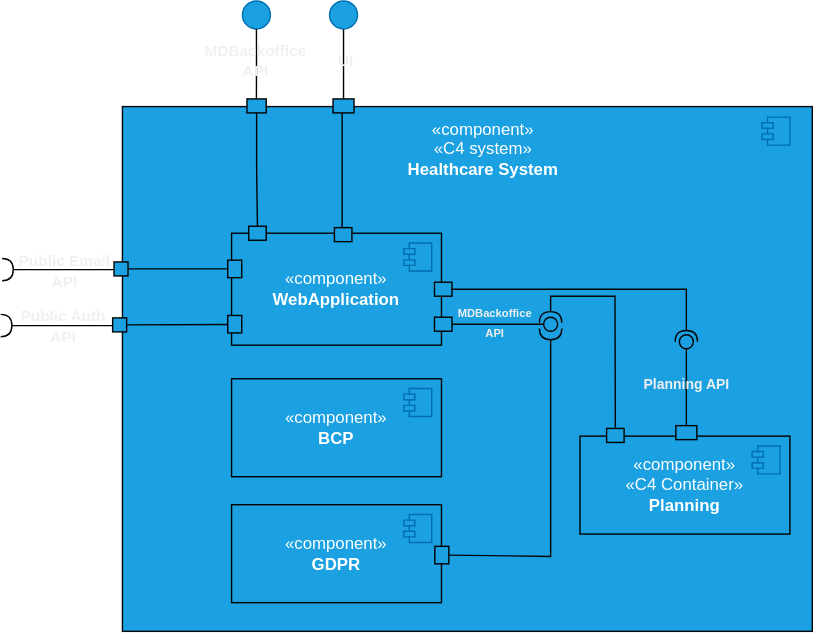
rita-barbosa/LAPR5-2425 keeps this draw.io diagram as docs/sprint-2/team-decisions/views/logical-view/healthcare_system_vl2.svg. Above is the earlier version. Source tidied: cells renumbered, new cells last; positions are measured from the earlier drawing's top-left corner, leaving out a move shared by most shapes.
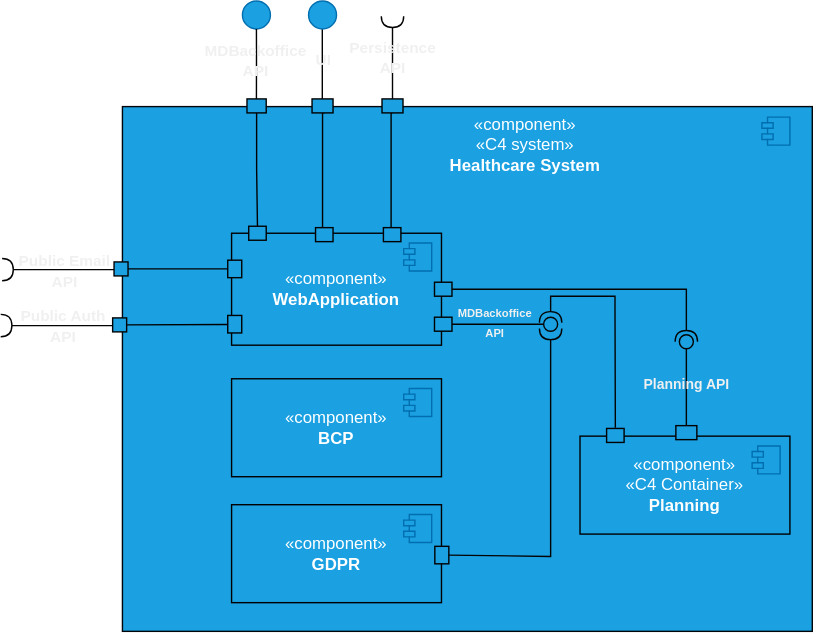
The same diagram one commit later.

Diff of the diagram source:
```diff
@@ -6,7 +6,7 @@
       <mxGeometry x="87" y="75.5" width="493" height="375" as="geometry" />
     </mxCell>
     <mxCell id="3" value="&lt;span style=&quot;color: rgb(255, 255, 255);&quot;&gt;«component»&lt;/span&gt;&lt;br style=&quot;color: rgb(255, 255, 255);&quot;&gt;&lt;span style=&quot;color: rgb(255, 255, 255);&quot;&gt;«C4 system»&lt;/span&gt;&lt;br style=&quot;color: rgb(255, 255, 255);&quot;&gt;&lt;b style=&quot;color: rgb(255, 255, 255);&quot;&gt;Healthcare System&lt;/b&gt;" style="text;html=1;align=center;verticalAlign=middle;whiteSpace=wrap;rounded=0;" parent="1" vertex="1">
-      <mxGeometry x="270" y="83" width="150" height="45" as="geometry" />
+      <mxGeometry x="300" y="80" width="150" height="45" as="geometry" />
     </mxCell>
     <mxCell id="4" style="ellipse;whiteSpace=wrap;html=1;align=center;fillColor=none;strokeColor=none;perimeter=centerPerimeter;" parent="1" vertex="1">
       <mxGeometry x="474" y="301" width="10" height="10" as="geometry" />
@@ -14,10 +14,12 @@
     <mxCell id="5" style="ellipse;whiteSpace=wrap;html=1;align=center;fillColor=none;strokeColor=none;perimeter=centerPerimeter;" parent="1" vertex="1">
       <mxGeometry x="504" y="321" width="10" height="10" as="geometry" />
     </mxCell>
-    <mxCell id="6" style="edgeStyle=orthogonalEdgeStyle;rounded=0;jettySize=auto;html=1;entryX=0.5;entryY=0;entryDx=0;entryDy=0;endArrow=none;endFill=0;strokeColor=#000000;exitX=0.5;exitY=1;exitDx=0;exitDy=0;" parent="1" edge="1" source="8" target="10">
+    <mxCell id="6" style="edgeStyle=orthogonalEdgeStyle;rounded=0;orthogonalLoop=1;jettySize=auto;html=1;entryX=0.5;entryY=0;entryDx=0;entryDy=0;endArrow=none;endFill=0;strokeColor=#000000;exitX=0.5;exitY=1;exitDx=0;exitDy=0;" parent="1" edge="1">
       <mxGeometry relative="1" as="geometry">
+        <mxPoint x="229.8" y="20" as="sourcePoint" />
+        <mxPoint x="229.8" y="70" as="targetPoint" />
         <Array as="points">
-          <mxPoint x="245" y="20" />
+          <mxPoint x="229.8" y="20" />
         </Array>
       </mxGeometry>
     </mxCell>
@@ -27,19 +29,17 @@
       </mxGeometry>
     </mxCell>
     <mxCell id="8" style="ellipse;whiteSpace=wrap;html=1;fillColor=#1ba1e2;fontColor=#ffffff;strokeColor=#006EAF;" parent="1" vertex="1">
-      <mxGeometry x="235" width="20" height="20" as="geometry" />
+      <mxGeometry x="220" width="20" height="20" as="geometry" />
     </mxCell>
     <mxCell id="9" style="edgeStyle=orthogonalEdgeStyle;rounded=0;jettySize=auto;html=1;exitX=0.5;exitY=1;exitDx=0;exitDy=0;entryX=0.5;entryY=0;entryDx=0;entryDy=0;strokeColor=#000000;endArrow=none;endFill=0;" parent="1" edge="1" source="10" target="21">
       <mxGeometry relative="1" as="geometry">
         <Array as="points">
-          <mxPoint x="244" y="80" />
-          <mxPoint x="244" y="166" />
+          <mxPoint x="230.5" y="80" />
+          <mxPoint x="230.5" y="166" />
+          <mxPoint x="231.5" y="166" />
         </Array>
       </mxGeometry>
     </mxCell>
-    <mxCell id="10" style="rounded=0;whiteSpace=wrap;html=1;fillColor=#1ba1e2;fontColor=#ffffff;strokeColor=#000000;" parent="1" vertex="1">
-      <mxGeometry x="237.5" y="70" width="15" height="10" as="geometry" />
-    </mxCell>
     <mxCell id="11" style="group;" parent="1" vertex="1">
       <mxGeometry x="184" y="167" width="203.5" height="96" as="geometry" />
     </mxCell>
@@ -73,7 +73,7 @@
       <mxGeometry x="146" y="49" width="46" height="26" as="geometry" />
     </mxCell>
     <mxCell id="21" style="rounded=0;whiteSpace=wrap;html=1;fillColor=#1ba1e2;fontColor=#ffffff;strokeColor=#000000;" parent="1" vertex="1">
-      <mxGeometry x="238.5" y="162" width="12.5" height="10" as="geometry" />
+      <mxGeometry x="225" y="162" width="12.5" height="10" as="geometry" />
     </mxCell>
     <mxCell id="22" style="shape=module;jettyWidth=8;jettyHeight=4;fillColor=#1ba1e2;fontColor=#ffffff;strokeColor=#006EAF;" parent="1" vertex="1">
       <mxGeometry x="544" y="83" width="20" height="20" as="geometry">
@@ -212,5 +212,35 @@
         </Array>
       </mxGeometry>
     </mxCell>
+    <mxCell id="53" style="edgeStyle=orthogonalEdgeStyle;rounded=0;jettySize=auto;html=1;exitX=0.5;exitY=1;exitDx=0;exitDy=0;entryX=0.5;entryY=0;entryDx=0;entryDy=0;strokeColor=#000000;endArrow=none;endFill=0;" parent="1" edge="1" source="54" target="55">
+      <mxGeometry relative="1" as="geometry">
+        <Array as="points">
+          <mxPoint x="279" y="80" />
+          <mxPoint x="279" y="166" />
+        </Array>
+      </mxGeometry>
+    </mxCell>
+    <mxCell id="54" style="rounded=0;whiteSpace=wrap;html=1;fillColor=#1ba1e2;fontColor=#ffffff;strokeColor=#000000;" parent="1" vertex="1">
+      <mxGeometry x="272.5" y="70" width="15" height="10" as="geometry" />
+    </mxCell>
+    <mxCell id="55" style="rounded=0;whiteSpace=wrap;html=1;fillColor=#1ba1e2;fontColor=#ffffff;strokeColor=#000000;" parent="1" vertex="1">
+      <mxGeometry x="273.5" y="162" width="12.5" height="10" as="geometry" />
+    </mxCell>
+    <mxCell id="56" style="edgeStyle=orthogonalEdgeStyle;rounded=0;jettySize=auto;html=1;exitX=0.5;exitY=1;exitDx=0;exitDy=0;entryX=0.5;entryY=0;entryDx=0;entryDy=0;strokeColor=#000000;endArrow=none;endFill=0;" parent="1" edge="1" target="10">
+      <mxGeometry relative="1" as="geometry">
+        <mxPoint x="231.5" y="80" as="sourcePoint" />
+      </mxGeometry>
+    </mxCell>
+    <mxCell id="10" style="rounded=0;whiteSpace=wrap;html=1;fillColor=#1ba1e2;fontColor=#ffffff;strokeColor=#000000;" parent="1" vertex="1">
+      <mxGeometry x="222.5" y="70" width="15" height="10" as="geometry" />
+    </mxCell>
+    <mxCell id="57" style="rounded=0;jettySize=auto;html=1;endArrow=halfCircle;endFill=0;endSize=6;strokeWidth=1;sketch=0;fontSize=12;curved=1;exitX=0.5;exitY=0;exitDx=0;exitDy=0;fillColor=#030303;strokeColor=#030303;" parent="1" edge="1" source="54">
+      <mxGeometry relative="1" as="geometry">
+        <mxPoint x="280" y="11" as="targetPoint" />
+      </mxGeometry>
+    </mxCell>
+    <mxCell id="58" value="Persistence&lt;div&gt;API&lt;/div&gt;" style="edgeLabel;html=1;align=center;verticalAlign=middle;labelBackgroundColor=none;fontStyle=1;" parent="1" vertex="1">
+      <mxGeometry x="279.8" y="41" as="geometry" />
+    </mxCell>
   </root>
 </mxGraphModel>
```
